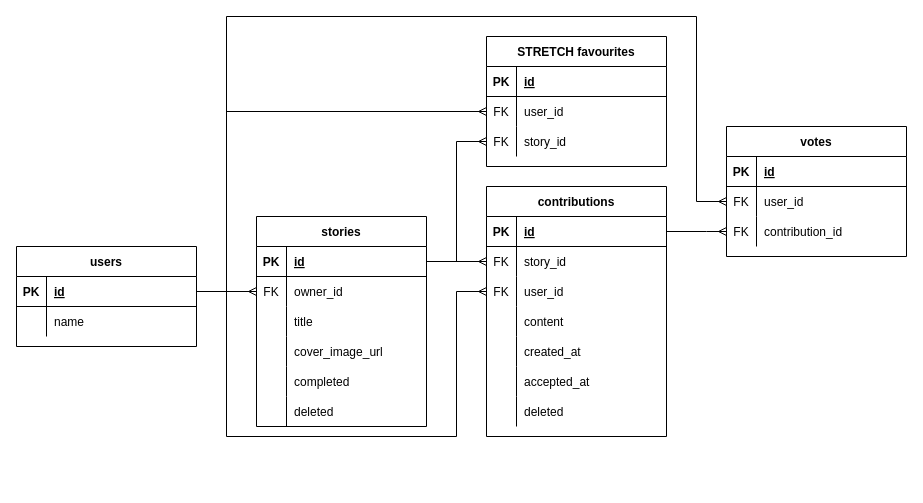
Before: docs/stories_erd.drawio in quinnvoker/StoryWriter, a draw.io diagram. Source tidied: cells renumbered, new cells numbered last; positions are measured from the earlier drawing's top-left corner, leaving out a move shared by most shapes. Both pictures are drawn from the tidied source at 100%, with x=0, y=0 at pixel (16, 16).
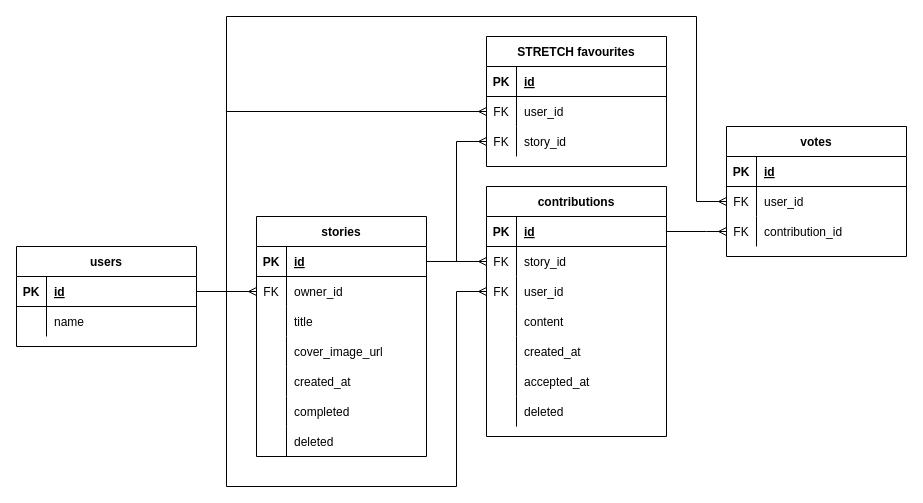
After the change.

Commit message (it also covers changes not shown here):
updated ERD to include stories/created_at

Unchanged cells that the change refers to:
```xml
<mxCell id="13" style="shape=partialRectangle;fillColor=none;top=0;left=0;bottom=0;right=0;points=[[0,0.5],[1,0.5]];portConstraint=eastwest;" parent="6" vertex="1">
  <mxGeometry y="90" width="180" height="30" as="geometry" />
</mxCell>
<mxCell id="61" style="shape=partialRectangle;fillColor=none;top=0;left=0;bottom=1;right=0;points=[[0,0.5],[1,0.5]];portConstraint=eastwest;" parent="60" vertex="1">
  <mxGeometry y="30" width="180" height="30" as="geometry" />
</mxCell>
```

Change to the diagram source:
```diff
@@
     <mxCell id="5" style="edgeStyle=orthogonalEdgeStyle;rounded=0;jettySize=auto;html=1;entryX=0;entryY=0.5;entryDx=0;entryDy=0;endArrow=ERmany;endFill=0;exitX=1;exitY=0.5;exitDx=0;exitDy=0;" parent="1" edge="1" source="61" target="13">
       <mxGeometry relative="1" as="geometry">
         <Array as="points">
           <mxPoint x="210" y="275" />
-          <mxPoint x="210" y="420" />
-          <mxPoint x="440" y="420" />
+          <mxPoint x="210" y="470" />
+          <mxPoint x="440" y="470" />
           <mxPoint x="440" y="275" />
         </Array>
       </mxGeometry>
     </mxCell>
@@
     <mxCell id="28" value="stories" style="shape=table;startSize=30;childLayout=tableLayout;rowLines=0;fontStyle=1;align=center;" parent="1" vertex="1">
-      <mxGeometry x="240" y="200" width="170" height="210" as="geometry" />
+      <mxGeometry x="240" y="200" width="170" height="240" as="geometry" />
     </mxCell>
@@
+    <mxCell id="77" style="shape=partialRectangle;fillColor=none;top=0;left=0;bottom=0;right=0;" parent="28" vertex="1">
+      <mxGeometry y="150" width="170" height="30" as="geometry" />
+    </mxCell>
+    <mxCell id="78" style="shape=partialRectangle;fillColor=none;top=0;left=0;bottom=0;right=0;overflow=hidden;" parent="77" vertex="1">
+      <mxGeometry width="30" height="30" as="geometry" />
+    </mxCell>
+    <mxCell id="79" value="created_at" style="shape=partialRectangle;fillColor=none;top=0;left=0;bottom=0;right=0;align=left;spacingLeft=6;overflow=hidden;" parent="77" vertex="1">
+      <mxGeometry x="30" width="140" height="30" as="geometry" />
+    </mxCell>
     <mxCell id="41" style="shape=partialRectangle;fillColor=none;top=0;left=0;bottom=0;right=0;" parent="28" vertex="1">
-      <mxGeometry y="150" width="170" height="30" as="geometry" />
+      <mxGeometry y="180" width="170" height="30" as="geometry" />
     </mxCell>
@@
     <mxCell id="44" style="shape=partialRectangle;fillColor=none;top=0;left=0;bottom=0;right=0;" parent="28" vertex="1">
-      <mxGeometry y="180" width="170" height="30" as="geometry" />
+      <mxGeometry y="210" width="170" height="30" as="geometry" />
     </mxCell>
```
